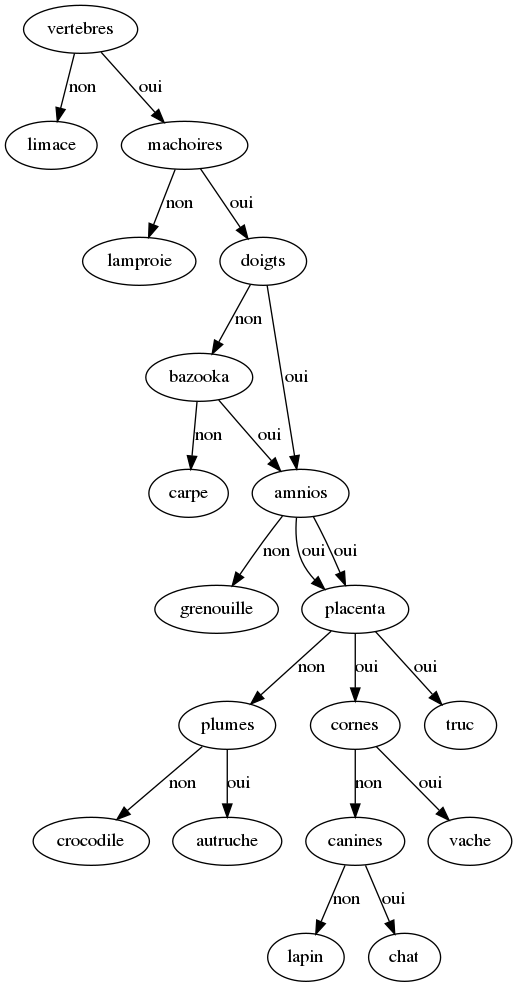
Before: arbre.png, a diagram exported from Graphviz (hackerdu38/Arbres-Phylogenetiques). Its source is kept beside it as arbre.dot. Source of this version:
```dot
digraph arbre {
	vertebres -> limace [label = "non"]
	vertebres -> machoires [label = "oui"]
	machoires -> lamproie [label = "non"]
	machoires -> doigts [label = "oui"]
	doigts -> bazooka [label = "non"]
	doigts -> amnios [label = "oui"]
	bazooka -> carpe [label = "non"]
	bazooka -> amnios [label = "oui"]
	amnios -> grenouille [label = "non"]
	amnios -> placenta [label = "oui"]
	amnios -> placenta [label = "oui"]
	placenta -> plumes [label = "non"]
	placenta -> cornes [label = "oui"]
	placenta -> truc [label = "oui"]
	plumes -> crocodile [label = "non"]
	plumes -> autruche [label = "oui"]
	cornes -> canines [label = "non"]
	cornes -> vache [label = "oui"]
	canines -> lapin [label = "non"]
	canines -> chat [label = "oui"]
}
```
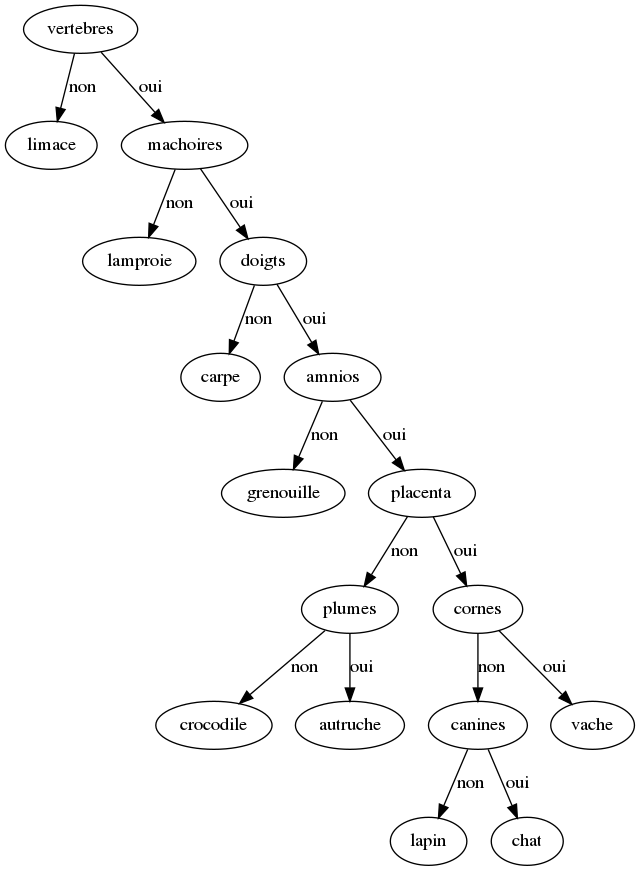
The same diagram one commit later.

Change to the diagram source:
```diff
@@ -3,16 +3,12 @@
 	vertebres -> machoires [label = "oui"]
 	machoires -> lamproie [label = "non"]
 	machoires -> doigts [label = "oui"]
-	doigts -> bazooka [label = "non"]
+	doigts -> carpe [label = "non"]
 	doigts -> amnios [label = "oui"]
-	bazooka -> carpe [label = "non"]
-	bazooka -> amnios [label = "oui"]
 	amnios -> grenouille [label = "non"]
-	amnios -> placenta [label = "oui"]
 	amnios -> placenta [label = "oui"]
 	placenta -> plumes [label = "non"]
 	placenta -> cornes [label = "oui"]
-	placenta -> truc [label = "oui"]
 	plumes -> crocodile [label = "non"]
 	plumes -> autruche [label = "oui"]
 	cornes -> canines [label = "non"]
```
